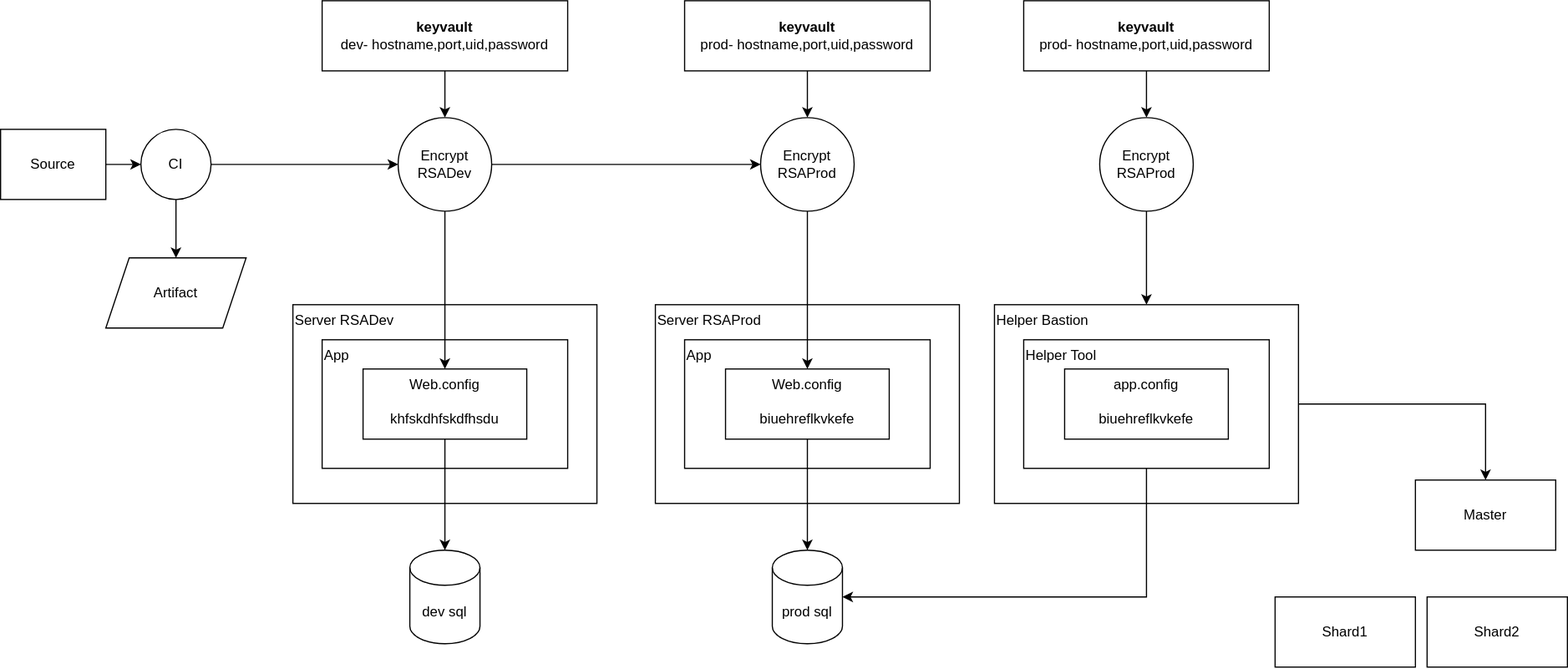
This is sqlidconnections.svg from vjavle/invoicecloud, a draw.io export, as it was before one commit. Source tidied: cells renumbered, new cells last; positions are measured from the earlier drawing's top-left corner, leaving out a move shared by most shapes.
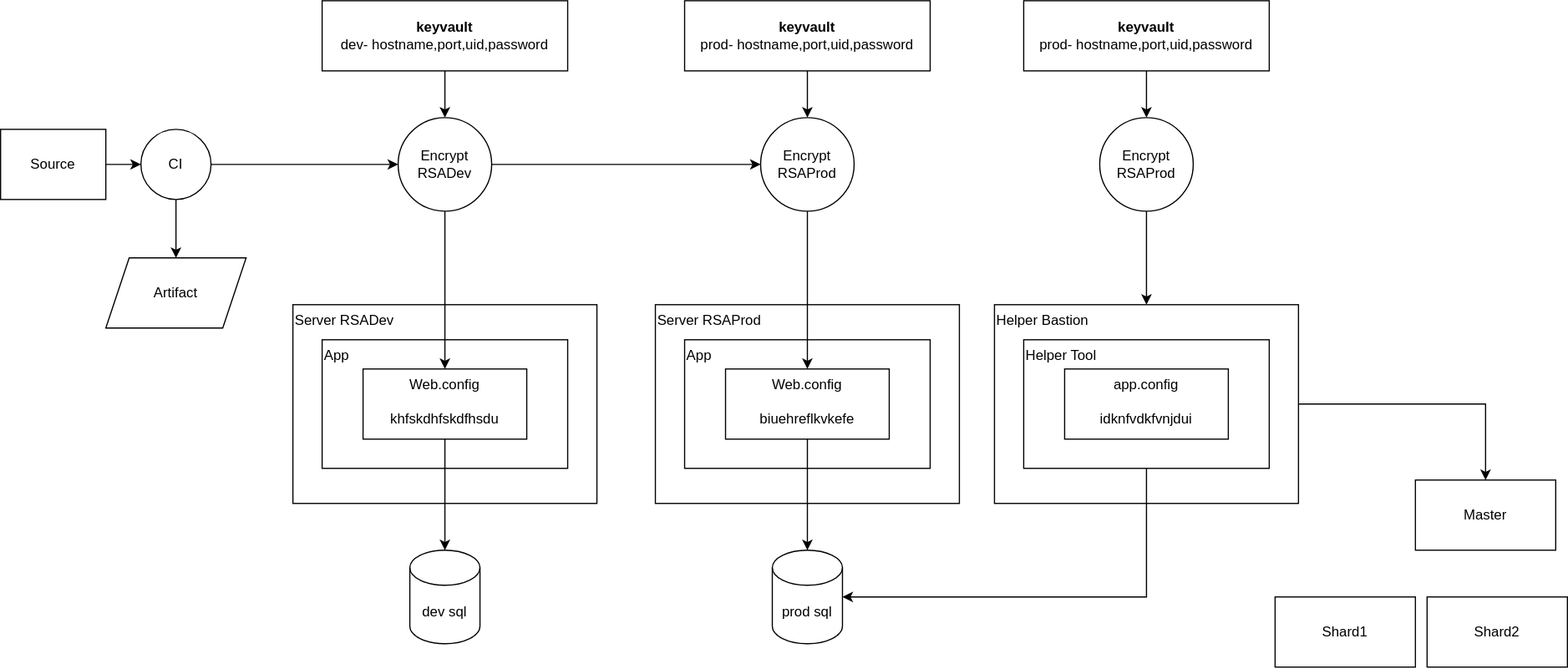
The same diagram one commit later.

The edit, as a diff of the source:
```diff
@@ -89,7 +89,7 @@
     <mxCell id="30" value="Helper Tool" style="rounded=0;whiteSpace=wrap;html=1;verticalAlign=top;align=left;" parent="1" vertex="1">
       <mxGeometry x="875" y="290" width="210" height="110" as="geometry" />
     </mxCell>
-    <mxCell id="31" value="app.config&lt;br&gt;&lt;br&gt;biuehreflkvkefe" style="rounded=0;whiteSpace=wrap;html=1;verticalAlign=top;" parent="1" vertex="1">
+    <mxCell id="31" value="app.config&lt;br&gt;&lt;br&gt;idknfvdkfvnjdui" style="rounded=0;whiteSpace=wrap;html=1;verticalAlign=top;" parent="1" vertex="1">
       <mxGeometry x="910" y="315" width="140" height="60" as="geometry" />
     </mxCell>
     <mxCell id="32" style="edgeStyle=orthogonalEdgeStyle;rounded=0;jettySize=auto;html=1;" parent="1" edge="1" source="33" target="35">
```
